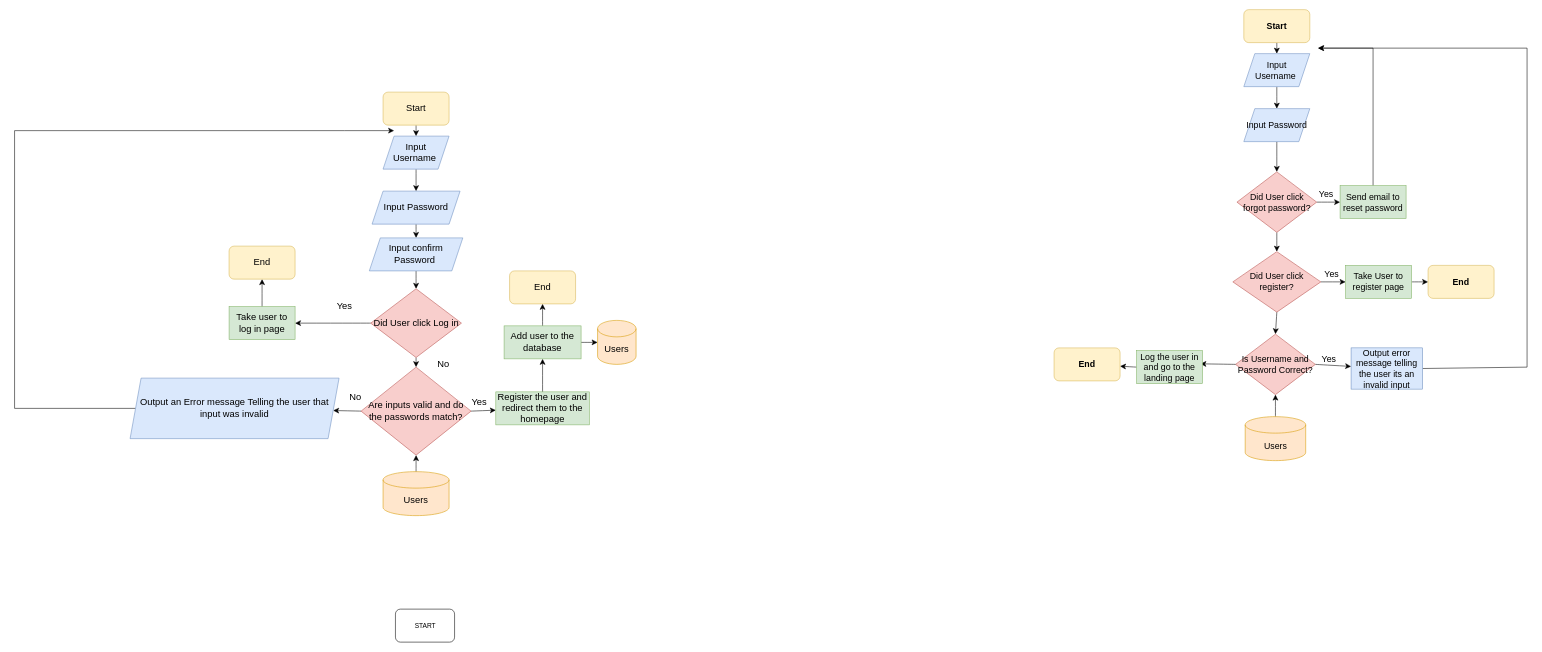
Above: Algorithm design.drawio in Nelson-blur/Actual-Exam (draw.io), before the change. Source tidied: cells renumbered, new cells numbered last; positions are measured from the earlier drawing's top-left corner, leaving out a move shared by most shapes. Both pictures are drawn from the tidied source at 55%, with x=0, y=0 at pixel (14, 9).
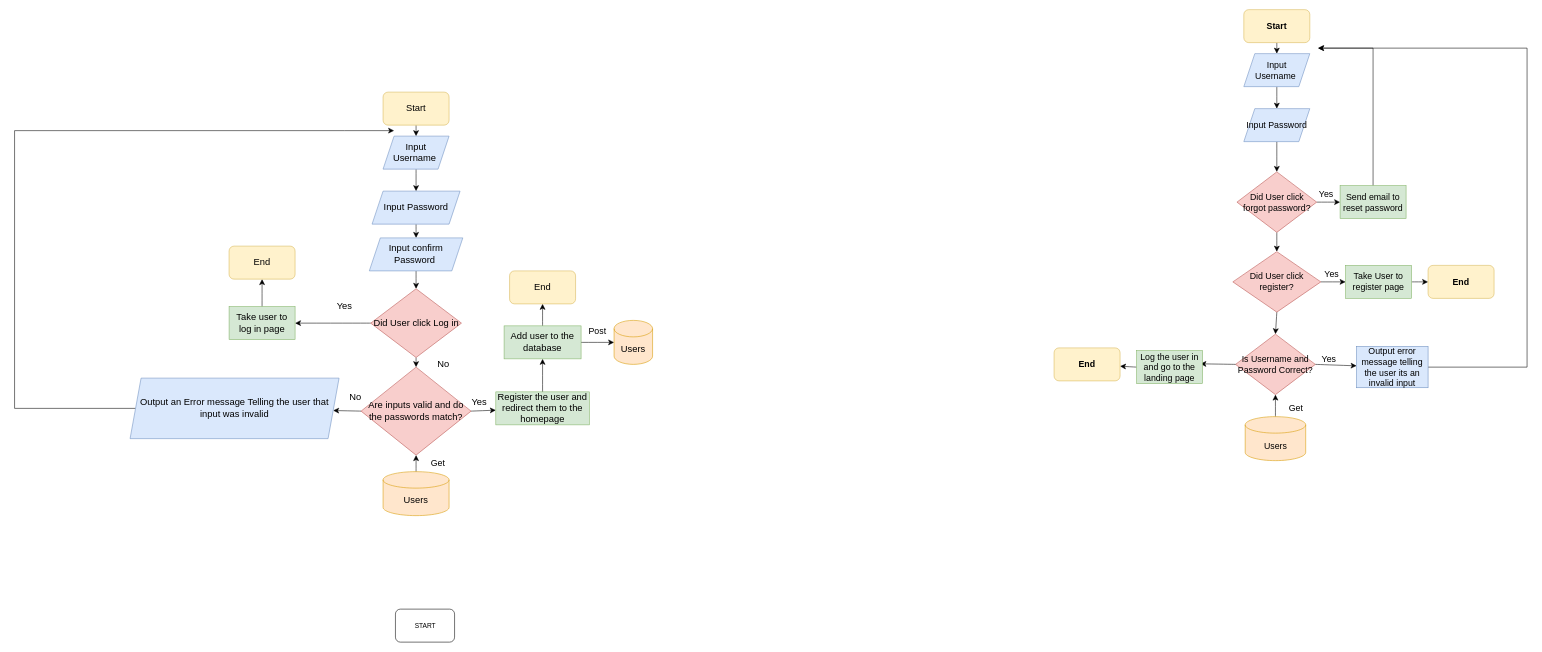
The same page after the edit.

Diff of the diagram source:
```diff
@@
     <mxCell id="24" value="Output error message telling the user its an invalid input" style="rounded=0;whiteSpace=wrap;html=1;fillColor=#dae8fc;strokeColor=#6c8ebf;fontSize=16;" parent="1" vertex="1">
-      <mxGeometry x="2430" y="615" width="130" height="75" as="geometry" />
+      <mxGeometry x="2440" y="612.5" width="130" height="75" as="geometry" />
     </mxCell>
@@
     <mxCell id="55" value="Users" style="shape=cylinder3;whiteSpace=wrap;html=1;boundedLbl=1;backgroundOutline=1;size=15;fillColor=#ffe6cc;strokeColor=#d79b00;fontSize=17;" parent="1" vertex="1">
-      <mxGeometry x="1060" y="565" width="70" height="80" as="geometry" />
+      <mxGeometry x="1090" y="565" width="70" height="80" as="geometry" />
     </mxCell>
@@
+    <mxCell id="66" value="Get" style="text;html=1;whiteSpace=wrap;strokeColor=none;fillColor=none;align=center;verticalAlign=middle;rounded=0;fontSize=16;" parent="1" vertex="1">
+      <mxGeometry x="2300" y="710" width="60" height="30" as="geometry" />
+    </mxCell>
+    <mxCell id="67" value="Post" style="text;html=1;whiteSpace=wrap;strokeColor=none;fillColor=none;align=center;verticalAlign=middle;rounded=0;fontSize=16;" parent="1" vertex="1">
+      <mxGeometry x="1030" y="570" width="60" height="30" as="geometry" />
+    </mxCell>
+    <mxCell id="68" value="&lt;font style=&quot;font-size: 16px;&quot;&gt;Ge&lt;span style=&quot;background-color: transparent; color: light-dark(rgb(0, 0, 0), rgb(255, 255, 255));&quot;&gt;t&lt;/span&gt;&lt;/font&gt;" style="text;html=1;whiteSpace=wrap;strokeColor=none;fillColor=none;align=center;verticalAlign=middle;rounded=0;" parent="1" vertex="1">
+      <mxGeometry x="740" y="810" width="60" height="30" as="geometry" />
+    </mxCell>
```
